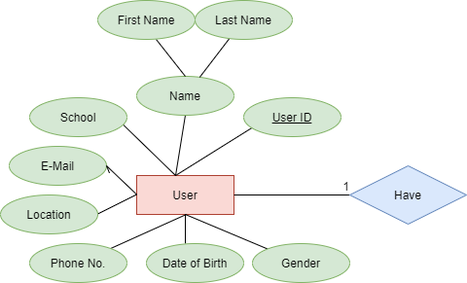
Abhishek4848/SocialMedia-Database-Management-System keeps this draw.io diagram as ER Diagram/Social Media Database Management System.drawio.png. Above is the earlier version. Source tidied: cells renumbered, new cells last; positions are measured from the earlier drawing's top-left corner, leaving out a move shared by most shapes.
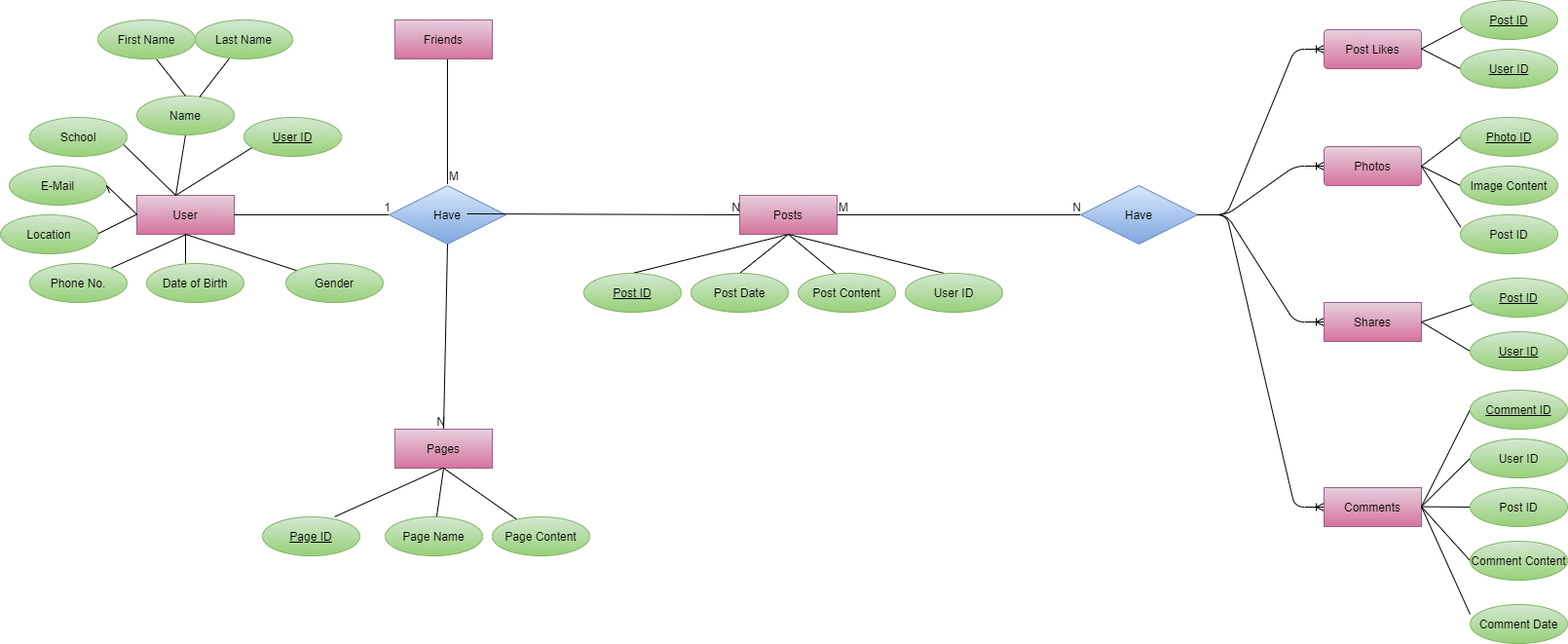
After the commit.

What changed in the source:
```diff
@@ -4,3 +4,3 @@
     <mxCell id="1" parent="0" />
-    <mxCell id="2" value="User" style="whiteSpace=wrap;html=1;align=center;fillColor=#fad9d5;strokeColor=#ae4132;" parent="1" vertex="1">
+    <mxCell id="2" value="User" style="whiteSpace=wrap;html=1;align=center;fillColor=#e6d0de;strokeColor=#996185;gradientColor=#d5739d;" parent="1" vertex="1">
       <mxGeometry x="140" y="180" width="100" height="40" as="geometry" />
@@ -13,3 +13,3 @@
     </mxCell>
-    <mxCell id="4" value="User ID" style="ellipse;whiteSpace=wrap;html=1;align=center;fontStyle=4;fillColor=#d5e8d4;strokeColor=#82b366;" parent="1" vertex="1">
+    <mxCell id="4" value="User ID" style="ellipse;whiteSpace=wrap;html=1;align=center;fontStyle=4;fillColor=#d5e8d4;strokeColor=#82b366;gradientColor=#97d077;" parent="1" vertex="1">
       <mxGeometry x="250" y="100" width="100" height="40" as="geometry" />
@@ -21,3 +21,3 @@
     </mxCell>
-    <mxCell id="6" value="Name" style="ellipse;whiteSpace=wrap;html=1;align=center;fillColor=#d5e8d4;strokeColor=#82b366;" parent="1" vertex="1">
+    <mxCell id="6" value="Name" style="ellipse;whiteSpace=wrap;html=1;align=center;fillColor=#d5e8d4;strokeColor=#82b366;gradientColor=#97d077;" parent="1" vertex="1">
       <mxGeometry x="140" y="78" width="100" height="40" as="geometry" />
@@ -27,3 +27,3 @@
     </mxCell>
-    <mxCell id="8" value="Last Name" style="ellipse;whiteSpace=wrap;html=1;align=center;fillColor=#d5e8d4;strokeColor=#82b366;" parent="1" vertex="1">
+    <mxCell id="8" value="Last Name" style="ellipse;whiteSpace=wrap;html=1;align=center;fillColor=#d5e8d4;strokeColor=#82b366;gradientColor=#97d077;" parent="1" vertex="1">
       <mxGeometry x="200" width="100" height="40" as="geometry" />
@@ -35,3 +35,3 @@
     </mxCell>
-    <mxCell id="10" value="First Name" style="ellipse;whiteSpace=wrap;html=1;align=center;fillColor=#d5e8d4;strokeColor=#82b366;" parent="1" vertex="1">
+    <mxCell id="10" value="First Name" style="ellipse;whiteSpace=wrap;html=1;align=center;fillColor=#d5e8d4;strokeColor=#82b366;gradientColor=#97d077;" parent="1" vertex="1">
       <mxGeometry x="100" width="100" height="40" as="geometry" />
@@ -43,6 +43,6 @@
     </mxCell>
-    <mxCell id="12" value="School" style="ellipse;whiteSpace=wrap;html=1;align=center;fillColor=#d5e8d4;strokeColor=#82b366;" parent="1" vertex="1">
+    <mxCell id="12" value="School" style="ellipse;whiteSpace=wrap;html=1;align=center;fillColor=#d5e8d4;strokeColor=#82b366;gradientColor=#97d077;" parent="1" vertex="1">
       <mxGeometry x="30" y="100" width="100" height="40" as="geometry" />
     </mxCell>
-    <mxCell id="13" value="E-Mail" style="ellipse;whiteSpace=wrap;html=1;align=center;fillColor=#d5e8d4;strokeColor=#82b366;" parent="1" vertex="1">
+    <mxCell id="13" value="E-Mail" style="ellipse;whiteSpace=wrap;html=1;align=center;fillColor=#d5e8d4;strokeColor=#82b366;gradientColor=#97d077;" parent="1" vertex="1">
       <mxGeometry x="9" y="150" width="100" height="40" as="geometry" />
@@ -63,3 +63,3 @@
     </mxCell>
-    <mxCell id="16" value="Location" style="ellipse;whiteSpace=wrap;html=1;align=center;fillColor=#d5e8d4;strokeColor=#82b366;" parent="1" vertex="1">
+    <mxCell id="16" value="Location" style="ellipse;whiteSpace=wrap;html=1;align=center;fillColor=#d5e8d4;strokeColor=#82b366;gradientColor=#97d077;" parent="1" vertex="1">
       <mxGeometry y="200" width="100" height="40" as="geometry" />
@@ -71,3 +71,3 @@
     </mxCell>
-    <mxCell id="18" value="Phone No." style="ellipse;whiteSpace=wrap;html=1;align=center;fillColor=#d5e8d4;strokeColor=#82b366;" parent="1" vertex="1">
+    <mxCell id="18" value="Phone No." style="ellipse;whiteSpace=wrap;html=1;align=center;fillColor=#d5e8d4;strokeColor=#82b366;gradientColor=#97d077;" parent="1" vertex="1">
       <mxGeometry x="30" y="250" width="100" height="40" as="geometry" />
@@ -80,3 +80,3 @@
     </mxCell>
-    <mxCell id="20" value="Date of Birth" style="ellipse;whiteSpace=wrap;html=1;align=center;fillColor=#d5e8d4;strokeColor=#82b366;" parent="1" vertex="1">
+    <mxCell id="20" value="Date of Birth" style="ellipse;whiteSpace=wrap;html=1;align=center;fillColor=#d5e8d4;strokeColor=#82b366;gradientColor=#97d077;" parent="1" vertex="1">
       <mxGeometry x="150" y="250" width="100" height="40" as="geometry" />
@@ -88,9 +88,8 @@
     </mxCell>
-    <mxCell id="22" value="Gender" style="ellipse;whiteSpace=wrap;html=1;align=center;fillColor=#d5e8d4;strokeColor=#82b366;" parent="1" vertex="1">
-      <mxGeometry x="259" y="250" width="100" height="40" as="geometry" />
+    <mxCell id="22" value="Gender" style="ellipse;whiteSpace=wrap;html=1;align=center;fillColor=#d5e8d4;strokeColor=#82b366;gradientColor=#97d077;" parent="1" vertex="1">
+      <mxGeometry x="293" y="250" width="100" height="40" as="geometry" />
     </mxCell>
-    <mxCell id="23" style="endArrow=none;html=1;rounded=0;" parent="1" edge="1">
+    <mxCell id="23" style="endArrow=none;html=1;rounded=0;entryX=0;entryY=0.5;entryDx=0;entryDy=0;" parent="1" edge="1" target="25">
       <mxGeometry relative="1" as="geometry">
         <mxPoint x="240" y="200" as="sourcePoint" />
-        <mxPoint x="359" y="200" as="targetPoint" />
       </mxGeometry>
@@ -100,5 +99,247 @@
     </mxCell>
-    <mxCell id="25" value="Have" style="shape=rhombus;perimeter=rhombusPerimeter;whiteSpace=wrap;html=1;align=center;fillColor=#dae8fc;strokeColor=#6c8ebf;" parent="1" vertex="1">
-      <mxGeometry x="359" y="170" width="120" height="60" as="geometry" />
+    <mxCell id="25" value="Have" style="shape=rhombus;perimeter=rhombusPerimeter;whiteSpace=wrap;html=1;align=center;fillColor=#dae8fc;strokeColor=#6c8ebf;gradientColor=#7ea6e0;" parent="1" vertex="1">
+      <mxGeometry x="399" y="170" width="120" height="60" as="geometry" />
     </mxCell>
+    <mxCell id="26" style="endArrow=none;html=1;rounded=0;exitX=0.5;exitY=1;exitDx=0;exitDy=0;entryX=0.5;entryY=0;entryDx=0;entryDy=0;" parent="1" edge="1" source="25" target="28">
+      <mxGeometry relative="1" as="geometry" />
+    </mxCell>
+    <mxCell id="27" value="N" style="html=1;align=right;verticalAlign=bottom;" parent="26" vertex="1">
+      <mxGeometry x="1" relative="1" as="geometry">
+        <mxPoint x="1" as="offset" />
+      </mxGeometry>
+    </mxCell>
+    <mxCell id="28" value="Pages" style="whiteSpace=wrap;html=1;align=center;gradientColor=#d5739d;fillColor=#e6d0de;strokeColor=#996185;" parent="1" vertex="1">
+      <mxGeometry x="405" y="420" width="100" height="40" as="geometry" />
+    </mxCell>
+    <mxCell id="29" style="endArrow=none;html=1;rounded=0;" parent="1" edge="1">
+      <mxGeometry relative="1" as="geometry">
+        <mxPoint x="343" y="510" as="sourcePoint" />
+        <mxPoint x="454" y="460" as="targetPoint" />
+      </mxGeometry>
+    </mxCell>
+    <mxCell id="30" value="Page ID" style="ellipse;whiteSpace=wrap;html=1;align=center;fontStyle=4;gradientColor=#97d077;fillColor=#d5e8d4;strokeColor=#82b366;" parent="1" vertex="1">
+      <mxGeometry x="269" y="510" width="100" height="40" as="geometry" />
+    </mxCell>
+    <mxCell id="31" style="endArrow=none;html=1;rounded=0;" parent="1" edge="1" target="32">
+      <mxGeometry relative="1" as="geometry">
+        <mxPoint x="455" y="460" as="sourcePoint" />
+      </mxGeometry>
+    </mxCell>
+    <mxCell id="32" value="Page Name" style="ellipse;whiteSpace=wrap;html=1;align=center;gradientColor=#97d077;fillColor=#d5e8d4;strokeColor=#82b366;" parent="1" vertex="1">
+      <mxGeometry x="395" y="510" width="100" height="40" as="geometry" />
+    </mxCell>
+    <mxCell id="33" style="endArrow=none;html=1;rounded=0;" parent="1" edge="1" target="34">
+      <mxGeometry relative="1" as="geometry">
+        <mxPoint x="455" y="460" as="sourcePoint" />
+      </mxGeometry>
+    </mxCell>
+    <mxCell id="34" value="Page Content" style="ellipse;whiteSpace=wrap;html=1;align=center;gradientColor=#97d077;fillColor=#d5e8d4;strokeColor=#82b366;" parent="1" vertex="1">
+      <mxGeometry x="505" y="510" width="100" height="40" as="geometry" />
+    </mxCell>
+    <mxCell id="35" style="endArrow=none;html=1;rounded=0;entryX=0;entryY=0.5;entryDx=0;entryDy=0;" parent="1" edge="1" target="37">
+      <mxGeometry relative="1" as="geometry">
+        <mxPoint x="479" y="199" as="sourcePoint" />
+      </mxGeometry>
+    </mxCell>
+    <mxCell id="36" value="N" style="html=1;align=right;verticalAlign=bottom;" parent="35" vertex="1">
+      <mxGeometry x="1" relative="1" as="geometry" />
+    </mxCell>
+    <mxCell id="37" value="Posts" style="whiteSpace=wrap;html=1;align=center;gradientColor=#d5739d;fillColor=#e6d0de;strokeColor=#996185;" parent="1" vertex="1">
+      <mxGeometry x="759" y="180" width="100" height="40" as="geometry" />
+    </mxCell>
+    <mxCell id="38" style="endArrow=none;html=1;rounded=0;" parent="1" edge="1">
+      <mxGeometry relative="1" as="geometry">
+        <mxPoint x="649" y="260" as="sourcePoint" />
+        <mxPoint x="809" y="220" as="targetPoint" />
+      </mxGeometry>
+    </mxCell>
+    <mxCell id="39" value="Post ID" style="ellipse;whiteSpace=wrap;html=1;align=center;fontStyle=4;gradientColor=#97d077;fillColor=#d5e8d4;strokeColor=#82b366;" parent="1" vertex="1">
+      <mxGeometry x="599" y="260" width="100" height="40" as="geometry" />
+    </mxCell>
+    <mxCell id="40" style="endArrow=none;html=1;rounded=0;" parent="1" edge="1">
+      <mxGeometry relative="1" as="geometry">
+        <mxPoint x="759" y="260" as="sourcePoint" />
+        <mxPoint x="809" y="220" as="targetPoint" />
+      </mxGeometry>
+    </mxCell>
+    <mxCell id="41" value="Post Date" style="ellipse;whiteSpace=wrap;html=1;align=center;gradientColor=#97d077;fillColor=#d5e8d4;strokeColor=#82b366;" parent="1" vertex="1">
+      <mxGeometry x="709" y="260" width="100" height="40" as="geometry" />
+    </mxCell>
+    <mxCell id="42" style="endArrow=none;html=1;rounded=0;exitX=0.408;exitY=0.055;exitDx=0;exitDy=0;exitPerimeter=0;" parent="1" edge="1" source="43">
+      <mxGeometry relative="1" as="geometry">
+        <mxPoint x="809" y="220" as="targetPoint" />
+      </mxGeometry>
+    </mxCell>
+    <mxCell id="43" value="Post Content" style="ellipse;whiteSpace=wrap;html=1;align=center;gradientColor=#97d077;fillColor=#d5e8d4;strokeColor=#82b366;" parent="1" vertex="1">
+      <mxGeometry x="819" y="260" width="100" height="40" as="geometry" />
+    </mxCell>
+    <mxCell id="44" style="endArrow=none;html=1;rounded=0;" parent="1" edge="1">
+      <mxGeometry relative="1" as="geometry">
+        <mxPoint x="809" y="220" as="sourcePoint" />
+        <mxPoint x="969" y="260" as="targetPoint" />
+      </mxGeometry>
+    </mxCell>
+    <mxCell id="45" value="User ID" style="ellipse;whiteSpace=wrap;html=1;align=center;gradientColor=#97d077;fillColor=#d5e8d4;strokeColor=#82b366;" parent="1" vertex="1">
+      <mxGeometry x="929" y="260" width="100" height="40" as="geometry" />
+    </mxCell>
+    <mxCell id="46" style="endArrow=none;html=1;rounded=0;" parent="1" edge="1">
+      <mxGeometry relative="1" as="geometry">
+        <mxPoint x="859" y="200" as="sourcePoint" />
+        <mxPoint x="1109" y="200" as="targetPoint" />
+      </mxGeometry>
+    </mxCell>
+    <mxCell id="47" value="M" style="html=1;align=left;verticalAlign=bottom;" parent="46" vertex="1">
+      <mxGeometry x="-1" relative="1" as="geometry" />
+    </mxCell>
+    <mxCell id="48" value="N" style="html=1;align=right;verticalAlign=bottom;" parent="46" vertex="1">
+      <mxGeometry x="1" relative="1" as="geometry" />
+    </mxCell>
+    <mxCell id="49" value="Have" style="shape=rhombus;perimeter=rhombusPerimeter;whiteSpace=wrap;html=1;align=center;gradientColor=#7ea6e0;fillColor=#dae8fc;strokeColor=#6c8ebf;" parent="1" vertex="1">
+      <mxGeometry x="1109" y="170" width="120" height="60" as="geometry" />
+    </mxCell>
+    <mxCell id="50" style="edgeStyle=entityRelationEdgeStyle;fontSize=12;html=1;endArrow=ERoneToMany;" parent="1" edge="1">
+      <mxGeometry relative="1" as="geometry">
+        <mxPoint x="1229" y="200" as="sourcePoint" />
+        <mxPoint x="1359" y="30" as="targetPoint" />
+      </mxGeometry>
+    </mxCell>
+    <mxCell id="51" value="Post Likes" style="rounded=1;arcSize=10;whiteSpace=wrap;html=1;align=center;gradientColor=#d5739d;fillColor=#e6d0de;strokeColor=#996185;" parent="1" vertex="1">
+      <mxGeometry x="1359" y="10" width="100" height="40" as="geometry" />
+    </mxCell>
+    <mxCell id="52" style="endArrow=none;html=1;rounded=0;entryX=0.023;entryY=0.683;entryDx=0;entryDy=0;entryPerimeter=0;" parent="1" edge="1" target="53">
+      <mxGeometry relative="1" as="geometry">
+        <mxPoint x="1459" y="29.6" as="sourcePoint" />
+      </mxGeometry>
+    </mxCell>
+    <mxCell id="53" value="Post ID" style="ellipse;whiteSpace=wrap;html=1;align=center;fontStyle=4;gradientColor=#97d077;fillColor=#d5e8d4;strokeColor=#82b366;" parent="1" vertex="1">
+      <mxGeometry x="1499" y="-20" width="100" height="40" as="geometry" />
+    </mxCell>
+    <mxCell id="54" style="endArrow=none;html=1;rounded=0;entryX=0;entryY=0.5;entryDx=0;entryDy=0;" parent="1" edge="1" target="55">
+      <mxGeometry relative="1" as="geometry">
+        <mxPoint x="1459" y="29.6" as="sourcePoint" />
+      </mxGeometry>
+    </mxCell>
+    <mxCell id="55" value="User ID" style="ellipse;whiteSpace=wrap;html=1;align=center;fontStyle=4;gradientColor=#97d077;fillColor=#d5e8d4;strokeColor=#82b366;" parent="1" vertex="1">
+      <mxGeometry x="1499" y="30" width="100" height="40" as="geometry" />
+    </mxCell>
+    <mxCell id="56" style="edgeStyle=entityRelationEdgeStyle;fontSize=12;html=1;endArrow=ERoneToMany;entryX=0;entryY=0.5;entryDx=0;entryDy=0;" parent="1" edge="1" target="57">
+      <mxGeometry relative="1" as="geometry">
+        <mxPoint x="1229" y="200" as="sourcePoint" />
+      </mxGeometry>
+    </mxCell>
+    <mxCell id="57" value="Photos" style="rounded=1;arcSize=10;whiteSpace=wrap;html=1;align=center;gradientColor=#d5739d;fillColor=#e6d0de;strokeColor=#996185;" parent="1" vertex="1">
+      <mxGeometry x="1359" y="130" width="100" height="40" as="geometry" />
+    </mxCell>
+    <mxCell id="58" style="endArrow=none;html=1;rounded=0;entryX=0;entryY=0.5;entryDx=0;entryDy=0;" parent="1" edge="1" target="59">
+      <mxGeometry relative="1" as="geometry">
+        <mxPoint x="1459" y="150" as="sourcePoint" />
+      </mxGeometry>
+    </mxCell>
+    <mxCell id="59" value="Photo ID" style="ellipse;whiteSpace=wrap;html=1;align=center;fontStyle=4;gradientColor=#97d077;fillColor=#d5e8d4;strokeColor=#82b366;" parent="1" vertex="1">
+      <mxGeometry x="1499" y="100" width="100" height="40" as="geometry" />
+    </mxCell>
+    <mxCell id="60" style="endArrow=none;html=1;rounded=0;entryX=0;entryY=0.5;entryDx=0;entryDy=0;" parent="1" edge="1" target="61">
+      <mxGeometry relative="1" as="geometry">
+        <mxPoint x="1459" y="150" as="sourcePoint" />
+      </mxGeometry>
+    </mxCell>
+    <mxCell id="61" value="Image Content" style="ellipse;whiteSpace=wrap;html=1;align=center;gradientColor=#97d077;fillColor=#d5e8d4;strokeColor=#82b366;" parent="1" vertex="1">
+      <mxGeometry x="1499" y="150" width="100" height="40" as="geometry" />
+    </mxCell>
+    <mxCell id="62" style="endArrow=none;html=1;rounded=0;entryX=0.003;entryY=0.317;entryDx=0;entryDy=0;entryPerimeter=0;" parent="1" edge="1" target="63">
+      <mxGeometry relative="1" as="geometry">
+        <mxPoint x="1459" y="150" as="sourcePoint" />
+      </mxGeometry>
+    </mxCell>
+    <mxCell id="63" value="Post ID" style="ellipse;whiteSpace=wrap;html=1;align=center;gradientColor=#97d077;fillColor=#d5e8d4;strokeColor=#82b366;" parent="1" vertex="1">
+      <mxGeometry x="1499" y="200" width="100" height="40" as="geometry" />
+    </mxCell>
+    <mxCell id="64" style="edgeStyle=entityRelationEdgeStyle;fontSize=12;html=1;endArrow=ERoneToMany;entryX=0;entryY=0.5;entryDx=0;entryDy=0;" parent="1" edge="1" target="65">
+      <mxGeometry relative="1" as="geometry">
+        <mxPoint x="1229" y="200" as="sourcePoint" />
+      </mxGeometry>
+    </mxCell>
+    <mxCell id="65" value="Shares" style="whiteSpace=wrap;html=1;align=center;gradientColor=#d5739d;fillColor=#e6d0de;strokeColor=#996185;" parent="1" vertex="1">
+      <mxGeometry x="1359" y="290" width="100" height="40" as="geometry" />
+    </mxCell>
+    <mxCell id="66" style="endArrow=none;html=1;rounded=0;entryX=0.023;entryY=0.683;entryDx=0;entryDy=0;entryPerimeter=0;exitX=1;exitY=0.5;exitDx=0;exitDy=0;" parent="1" edge="1" source="65" target="67">
+      <mxGeometry relative="1" as="geometry" />
+    </mxCell>
+    <mxCell id="67" value="Post ID" style="ellipse;whiteSpace=wrap;html=1;align=center;fontStyle=4;gradientColor=#97d077;fillColor=#d5e8d4;strokeColor=#82b366;" parent="1" vertex="1">
+      <mxGeometry x="1509" y="265" width="100" height="40" as="geometry" />
+    </mxCell>
+    <mxCell id="68" style="endArrow=none;html=1;rounded=0;entryX=0;entryY=0.5;entryDx=0;entryDy=0;exitX=1;exitY=0.5;exitDx=0;exitDy=0;" parent="1" edge="1" source="65" target="69">
+      <mxGeometry relative="1" as="geometry" />
+    </mxCell>
+    <mxCell id="69" value="User ID" style="ellipse;whiteSpace=wrap;html=1;align=center;fontStyle=4;gradientColor=#97d077;fillColor=#d5e8d4;strokeColor=#82b366;" parent="1" vertex="1">
+      <mxGeometry x="1509" y="320" width="100" height="40" as="geometry" />
+    </mxCell>
+    <mxCell id="70" style="edgeStyle=entityRelationEdgeStyle;fontSize=12;html=1;endArrow=ERoneToMany;" parent="1" edge="1">
+      <mxGeometry relative="1" as="geometry">
+        <mxPoint x="1229" y="200" as="sourcePoint" />
+        <mxPoint x="1359" y="500" as="targetPoint" />
+      </mxGeometry>
+    </mxCell>
+    <mxCell id="71" value="Comments" style="whiteSpace=wrap;html=1;align=center;gradientColor=#d5739d;fillColor=#e6d0de;strokeColor=#996185;" parent="1" vertex="1">
+      <mxGeometry x="1359" y="480" width="100" height="40" as="geometry" />
+    </mxCell>
+    <mxCell id="72" style="endArrow=none;html=1;rounded=0;" parent="1" edge="1">
+      <mxGeometry relative="1" as="geometry">
+        <mxPoint x="1459" y="499.6" as="sourcePoint" />
+        <mxPoint x="1509" y="400" as="targetPoint" />
+      </mxGeometry>
+    </mxCell>
+    <mxCell id="73" value="Comment ID" style="ellipse;whiteSpace=wrap;html=1;align=center;fontStyle=4;gradientColor=#97d077;fillColor=#d5e8d4;strokeColor=#82b366;" parent="1" vertex="1">
+      <mxGeometry x="1509" y="380" width="100" height="40" as="geometry" />
+    </mxCell>
+    <mxCell id="74" style="endArrow=none;html=1;rounded=0;" parent="1" edge="1">
+      <mxGeometry relative="1" as="geometry">
+        <mxPoint x="1459" y="499.6" as="sourcePoint" />
+        <mxPoint x="1509" y="450" as="targetPoint" />
+      </mxGeometry>
+    </mxCell>
+    <mxCell id="75" value="User ID" style="ellipse;whiteSpace=wrap;html=1;align=center;gradientColor=#97d077;fillColor=#d5e8d4;strokeColor=#82b366;" parent="1" vertex="1">
+      <mxGeometry x="1509" y="430" width="100" height="40" as="geometry" />
+    </mxCell>
+    <mxCell id="76" style="endArrow=none;html=1;rounded=0;" parent="1" edge="1">
+      <mxGeometry relative="1" as="geometry">
+        <mxPoint x="1459" y="499.6" as="sourcePoint" />
+        <mxPoint x="1509" y="500" as="targetPoint" />
+      </mxGeometry>
+    </mxCell>
+    <mxCell id="77" value="Post ID" style="ellipse;whiteSpace=wrap;html=1;align=center;gradientColor=#97d077;fillColor=#d5e8d4;strokeColor=#82b366;" parent="1" vertex="1">
+      <mxGeometry x="1509" y="480" width="100" height="40" as="geometry" />
+    </mxCell>
+    <mxCell id="78" style="endArrow=none;html=1;rounded=0;entryX=0;entryY=0.5;entryDx=0;entryDy=0;" parent="1" edge="1" target="79">
+      <mxGeometry relative="1" as="geometry">
+        <mxPoint x="1459" y="499.6" as="sourcePoint" />
+      </mxGeometry>
+    </mxCell>
+    <mxCell id="79" value="Comment Content" style="ellipse;whiteSpace=wrap;html=1;align=center;gradientColor=#97d077;fillColor=#d5e8d4;strokeColor=#82b366;" parent="1" vertex="1">
+      <mxGeometry x="1509" y="535" width="100" height="40" as="geometry" />
+    </mxCell>
+    <mxCell id="80" style="endArrow=none;html=1;rounded=0;" parent="1" edge="1">
+      <mxGeometry relative="1" as="geometry">
+        <mxPoint x="1459" y="499.6" as="sourcePoint" />
+        <mxPoint x="1509" y="610" as="targetPoint" />
+      </mxGeometry>
+    </mxCell>
+    <mxCell id="81" value="Comment Date" style="ellipse;whiteSpace=wrap;html=1;align=center;gradientColor=#97d077;fillColor=#d5e8d4;strokeColor=#82b366;" parent="1" vertex="1">
+      <mxGeometry x="1509" y="600" width="100" height="40" as="geometry" />
+    </mxCell>
+    <mxCell id="82" style="endArrow=none;html=1;rounded=0;" parent="1" edge="1">
+      <mxGeometry relative="1" as="geometry">
+        <mxPoint x="459" y="168.3" as="sourcePoint" />
+        <mxPoint x="459" y="39" as="targetPoint" />
+      </mxGeometry>
+    </mxCell>
+    <mxCell id="83" value="M" style="html=1;align=left;verticalAlign=bottom;" parent="82" vertex="1">
+      <mxGeometry x="-1" relative="1" as="geometry" />
+    </mxCell>
+    <mxCell id="84" value="N" style="html=1;align=right;verticalAlign=bottom;" parent="82" vertex="1">
+      <mxGeometry x="1" relative="1" as="geometry" />
+    </mxCell>
+    <mxCell id="85" value="Friends" style="whiteSpace=wrap;html=1;align=center;gradientColor=#d5739d;fillColor=#e6d0de;strokeColor=#996185;" parent="1" vertex="1">
+      <mxGeometry x="405" width="100" height="40" as="geometry" />
+    </mxCell>
   </root>
```
